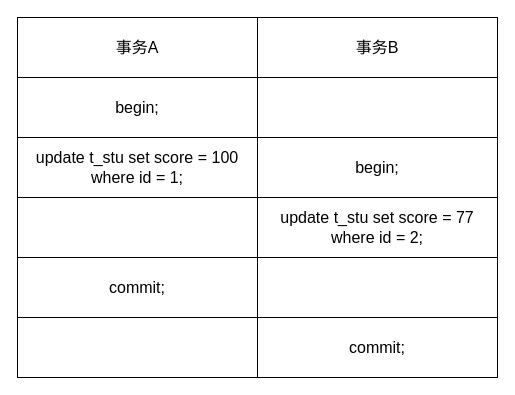
The draw.io diagram mysql/事务隔离/update唯一索引.drawio in xiaolincoder/ImageHost4, before the edit. Source tidied: cells renumbered, new cells numbered last; positions are measured from the earlier drawing's top-left corner, leaving out a move shared by most shapes. Both pictures are drawn from the tidied source at 100%, with x=0, y=0 at pixel (17, 17).
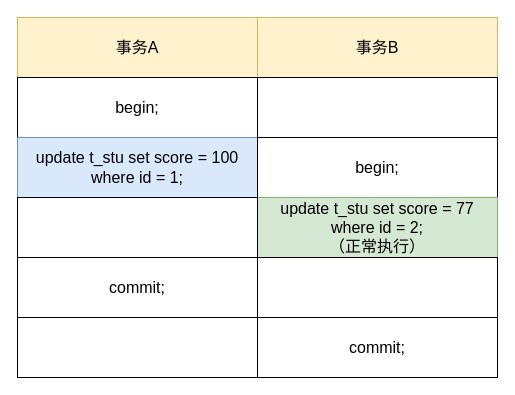
Above is the later version.

Commit message (it also covers changes not shown here):
更新update唯一索引.drawio

What changed in the source:
```diff
@@
 <mxGraphModel>
   <root>
     <mxCell id="0" />
     <mxCell id="1" parent="0" />
-    <mxCell id="2" value="事务A" style="rounded=0;whiteSpace=wrap;html=1;fontSize=16;" parent="1" vertex="1">
+    <mxCell id="2" value="事务A" style="rounded=0;whiteSpace=wrap;html=1;fontSize=16;fillColor=#fff2cc;strokeColor=#d6b656;" parent="1" vertex="1">
       <mxGeometry width="240" height="60" as="geometry" />
     </mxCell>
-    <mxCell id="3" value="事务B" style="rounded=0;whiteSpace=wrap;html=1;fontSize=16;" parent="1" vertex="1">
+    <mxCell id="3" value="事务B" style="rounded=0;whiteSpace=wrap;html=1;fontSize=16;fillColor=#fff2cc;strokeColor=#d6b656;" parent="1" vertex="1">
       <mxGeometry x="240" width="240" height="60" as="geometry" />
     </mxCell>
     <mxCell id="4" value="begin;" style="rounded=0;whiteSpace=wrap;html=1;fontSize=16;" parent="1" vertex="1">
       <mxGeometry y="60" width="240" height="60" as="geometry" />
     </mxCell>
     <mxCell id="5" style="rounded=0;whiteSpace=wrap;html=1;fontSize=16;" parent="1" vertex="1">
       <mxGeometry x="240" y="60" width="240" height="60" as="geometry" />
     </mxCell>
-    <mxCell id="6" value="update t_stu set score = 100 where id = 1;" style="rounded=0;whiteSpace=wrap;html=1;fontSize=16;" parent="1" vertex="1">
+    <mxCell id="6" value="update t_stu set score = 100 where id = 1;" style="rounded=0;whiteSpace=wrap;html=1;fontSize=16;fillColor=#dae8fc;strokeColor=#6c8ebf;" parent="1" vertex="1">
       <mxGeometry y="120" width="240" height="60" as="geometry" />
     </mxCell>
     <mxCell id="7" value="begin;" style="rounded=0;whiteSpace=wrap;html=1;fontSize=16;" parent="1" vertex="1">
       <mxGeometry x="240" y="120" width="240" height="60" as="geometry" />
     </mxCell>
-    <mxCell id="8" value="update t_stu set score = 77 where id = 2;" style="rounded=0;whiteSpace=wrap;html=1;fontSize=16;" parent="1" vertex="1">
+    <mxCell id="8" value="update t_stu set score = 77 where id = 2;&lt;br&gt;（正常执行）" style="rounded=0;whiteSpace=wrap;html=1;fontSize=16;fillColor=#d5e8d4;strokeColor=#82b366;" parent="1" vertex="1">
       <mxGeometry x="240" y="180" width="240" height="60" as="geometry" />
     </mxCell>
     <mxCell id="9" style="rounded=0;whiteSpace=wrap;html=1;fontSize=16;" parent="1" vertex="1">
       <mxGeometry y="180" width="240" height="60" as="geometry" />
     </mxCell>
     <mxCell id="10" value="commit;" style="rounded=0;whiteSpace=wrap;html=1;fontSize=16;" parent="1" vertex="1">
       <mxGeometry y="240" width="240" height="60" as="geometry" />
     </mxCell>
     <mxCell id="11" style="rounded=0;whiteSpace=wrap;html=1;fontSize=16;" parent="1" vertex="1">
       <mxGeometry x="240" y="240" width="240" height="60" as="geometry" />
     </mxCell>
     <mxCell id="12" style="rounded=0;whiteSpace=wrap;html=1;fontSize=16;" parent="1" vertex="1">
       <mxGeometry y="300" width="240" height="60" as="geometry" />
     </mxCell>
     <mxCell id="13" value="&lt;span&gt;commit;&lt;/span&gt;" style="rounded=0;whiteSpace=wrap;html=1;fontSize=16;" parent="1" vertex="1">
       <mxGeometry x="240" y="300" width="240" height="60" as="geometry" />
     </mxCell>
   </root>
 </mxGraphModel>
```
